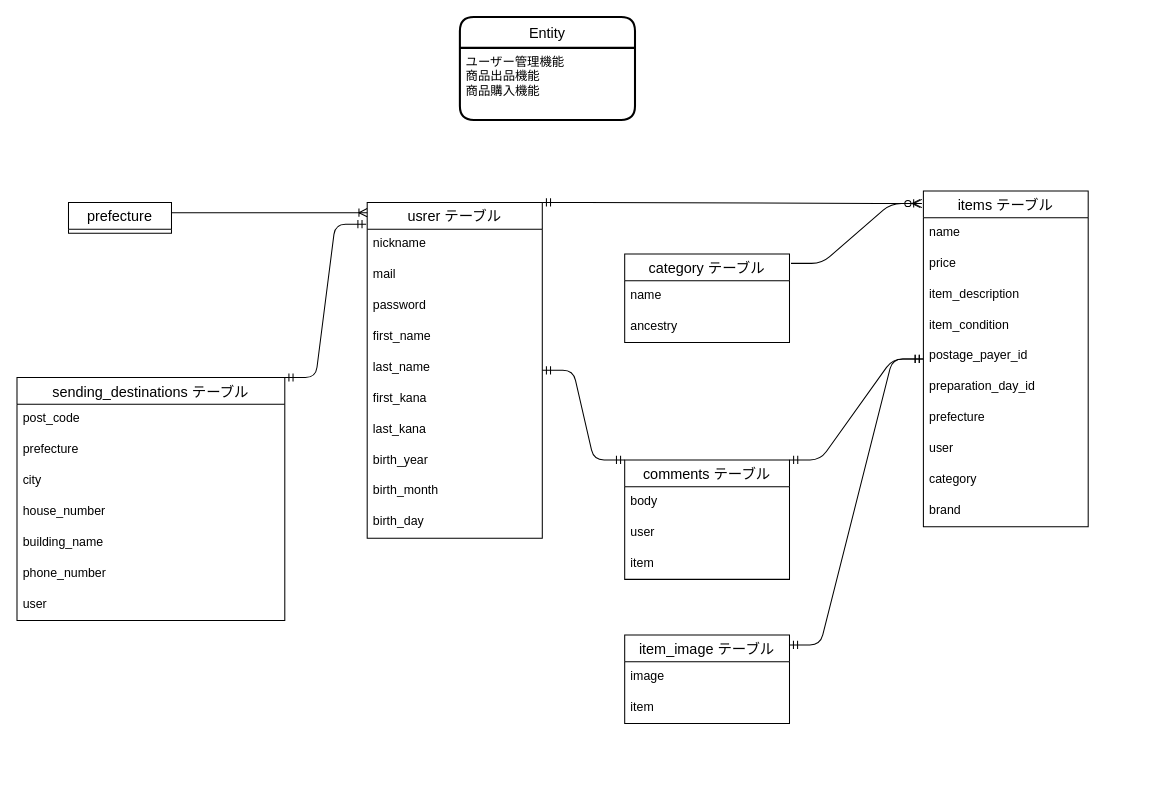
This is furima-40469.dio from jones-2earth/furima-40469, a draw.io file, before an edit. Source tidied: cells renumbered, new cells numbered last; positions are measured from the earlier drawing's top-left corner, leaving out a move shared by most shapes. Both pictures are drawn from the tidied source at 103%, with x=0, y=0 at pixel (16, 16).
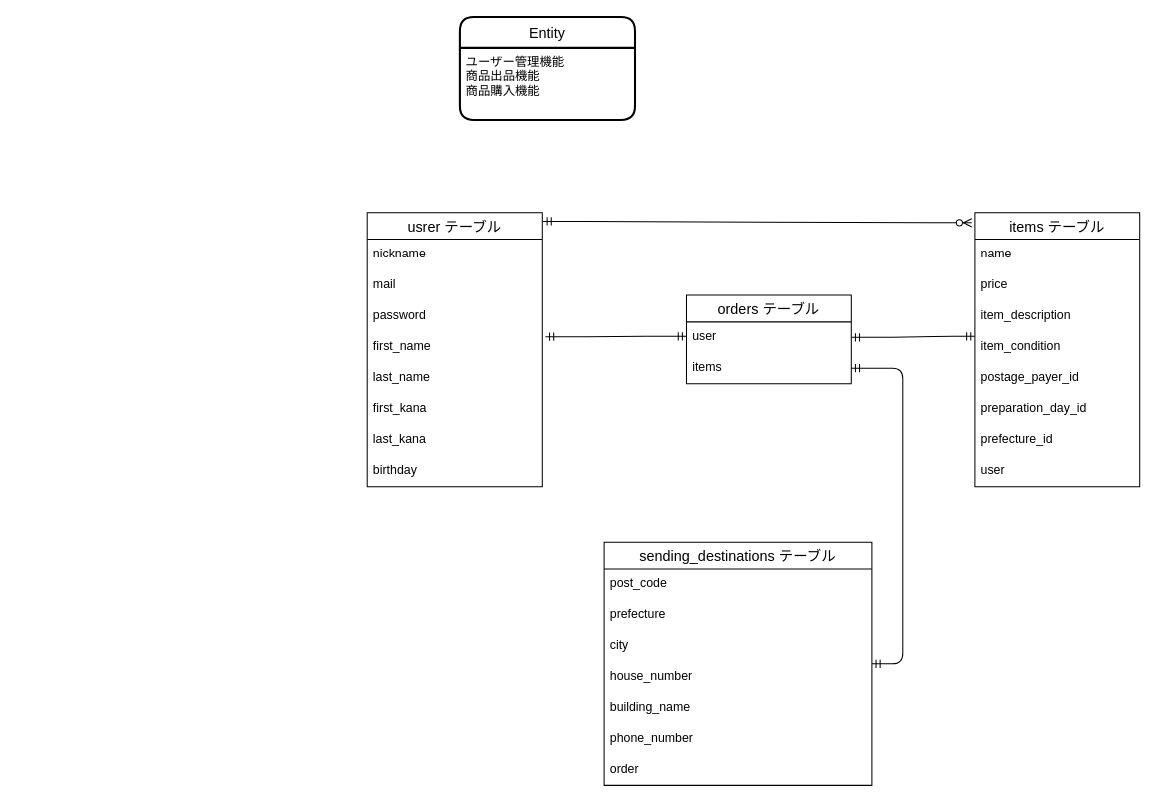
The same diagram, later.

Unchanged cells that the change refers to:
```xml
<mxCell id="19" value="first_name" style="text;strokeColor=none;fillColor=none;spacingLeft=4;spacingRight=4;overflow=hidden;points=[[0,0.5],[1,0.5]];portConstraint=eastwest;fontSize=12;" parent="15" vertex="1">
  <mxGeometry y="116" width="170" height="30" as="geometry" />
</mxCell>
```

Diff of the diagram source:
```diff
@@
     <mxCell id="4" value="items テーブル" style="swimlane;fontStyle=0;horizontal=1;startSize=26;align=center;fontSize=14;" parent="1" vertex="1">
-      <mxGeometry x="880" y="169" width="160" height="326" as="geometry" />
+      <mxGeometry x="930" y="190" width="160" height="266" as="geometry" />
     </mxCell>
@@
-    <mxCell id="11" value="prefecture" style="text;strokeColor=none;fillColor=none;spacingLeft=4;spacingRight=4;overflow=hidden;fontSize=12;" parent="4" vertex="1">
+    <mxCell id="11" value="prefecture_id" style="text;strokeColor=none;fillColor=none;spacingLeft=4;spacingRight=4;overflow=hidden;fontSize=12;" parent="4" vertex="1">
       <mxGeometry y="206" width="160" height="30" as="geometry" />
     </mxCell>
@@
-    <mxCell id="13" value="category" style="text;strokeColor=none;fillColor=none;spacingLeft=4;spacingRight=4;overflow=hidden;fontSize=12;" parent="4" vertex="1">
-      <mxGeometry y="266" width="160" height="30" as="geometry" />
-    </mxCell>
-    <mxCell id="14" value="brand" style="text;strokeColor=none;fillColor=none;spacingLeft=4;spacingRight=4;overflow=hidden;fontSize=12;" parent="4" vertex="1">
-      <mxGeometry y="296" width="160" height="30" as="geometry" />
-    </mxCell>
     <mxCell id="15" value="usrer テーブル" style="swimlane;fontStyle=0;horizontal=1;startSize=26;align=center;fontSize=14;" parent="1" vertex="1">
-      <mxGeometry x="340" y="180" width="170" height="326" as="geometry" />
+      <mxGeometry x="340" y="190" width="170" height="266" as="geometry" />
     </mxCell>
@@
-    <mxCell id="23" value="birth_year" style="text;strokeColor=none;fillColor=none;spacingLeft=4;spacingRight=4;overflow=hidden;fontSize=12;" parent="15" vertex="1">
-      <mxGeometry y="236" width="170" height="30" as="geometry" />
-    </mxCell>
-    <mxCell id="24" value="birth_month" style="text;strokeColor=none;fillColor=none;spacingLeft=4;spacingRight=4;overflow=hidden;fontSize=12;" parent="15" vertex="1">
-      <mxGeometry y="266" width="170" height="30" as="geometry" />
-    </mxCell>
-    <mxCell id="25" value="birth_day" style="text;strokeColor=none;fillColor=none;spacingLeft=4;spacingRight=4;overflow=hidden;fontSize=12;" parent="15" vertex="1">
-      <mxGeometry y="296" width="170" height="30" as="geometry" />
+    <mxCell id="25" value="birthday" style="text;strokeColor=none;fillColor=none;spacingLeft=4;spacingRight=4;overflow=hidden;fontSize=12;" parent="15" vertex="1">
+      <mxGeometry y="236" width="170" height="30" as="geometry" />
     </mxCell>
     <mxCell id="26" value="sending_destinations テーブル" style="swimlane;fontStyle=0;horizontal=1;startSize=26;align=center;fontSize=14;" parent="1" vertex="1">
-      <mxGeometry y="350" width="260" height="236" as="geometry" />
+      <mxGeometry x="570" y="510" width="260" height="236" as="geometry" />
     </mxCell>
@@
-    <mxCell id="33" value="user" style="text;strokeColor=none;fillColor=none;spacingLeft=4;spacingRight=4;overflow=hidden;fontSize=12;" parent="26" vertex="1">
-      <mxGeometry y="206" width="260" height="30" as="geometry" />
-    </mxCell>
-    <mxCell id="34" value="comments テーブル" style="swimlane;fontStyle=0;horizontal=1;startSize=26;align=center;fontSize=14;" parent="1" vertex="1">
-      <mxGeometry x="590" y="430" width="160" height="116" as="geometry" />
-    </mxCell>
-    <mxCell id="35" value="body" style="text;strokeColor=none;fillColor=none;spacingLeft=4;spacingRight=4;overflow=hidden;fontSize=12;" parent="34" vertex="1">
-      <mxGeometry y="26" width="160" height="30" as="geometry" />
-    </mxCell>
-    <mxCell id="36" value="user" style="text;strokeColor=none;fillColor=none;spacingLeft=4;spacingRight=4;overflow=hidden;fontSize=12;" parent="34" vertex="1">
-      <mxGeometry y="56" width="160" height="30" as="geometry" />
-    </mxCell>
-    <mxCell id="37" value="item" style="text;strokeColor=none;fillColor=none;spacingLeft=4;spacingRight=4;overflow=hidden;fontSize=12;" parent="34" vertex="1">
-      <mxGeometry y="86" width="160" height="30" as="geometry" />
-    </mxCell>
-    <mxCell id="38" value="item_image テーブル" style="swimlane;fontStyle=0;horizontal=1;startSize=26;align=center;fontSize=14;" parent="1" vertex="1">
-      <mxGeometry x="590" y="600" width="160" height="86" as="geometry" />
-    </mxCell>
-    <mxCell id="39" value="image" style="text;strokeColor=none;fillColor=none;spacingLeft=4;spacingRight=4;overflow=hidden;fontSize=12;" parent="38" vertex="1">
-      <mxGeometry y="26" width="160" height="30" as="geometry" />
-    </mxCell>
-    <mxCell id="40" value="item" style="text;strokeColor=none;fillColor=none;spacingLeft=4;spacingRight=4;overflow=hidden;fontSize=12;" parent="38" vertex="1">
-      <mxGeometry y="56" width="160" height="30" as="geometry" />
-    </mxCell>
-    <mxCell id="41" value="category テーブル" style="swimlane;fontStyle=0;horizontal=1;startSize=26;align=center;fontSize=14;" parent="1" vertex="1">
-      <mxGeometry x="590" y="230" width="160" height="86" as="geometry" />
-    </mxCell>
-    <mxCell id="42" value="name" style="text;strokeColor=none;fillColor=none;spacingLeft=4;spacingRight=4;overflow=hidden;fontSize=12;" parent="41" vertex="1">
-      <mxGeometry y="26" width="160" height="30" as="geometry" />
-    </mxCell>
-    <mxCell id="43" value="ancestry" style="text;strokeColor=none;fillColor=none;spacingLeft=4;spacingRight=4;overflow=hidden;fontSize=12;" parent="41" vertex="1">
-      <mxGeometry y="56" width="160" height="30" as="geometry" />
-    </mxCell>
-    <mxCell id="44" style="edgeStyle=entityRelationEdgeStyle;fontSize=12;html=1;endArrow=ERmandOne;startArrow=ERmandOne;exitX=1;exitY=0;exitDx=0;exitDy=0;entryX=-0.006;entryY=0.065;entryDx=0;entryDy=0;entryPerimeter=0;" parent="1" edge="1" source="26" target="15">
-      <mxGeometry relative="1" as="geometry" />
-    </mxCell>
+    <mxCell id="52" value="order" style="text;strokeColor=none;fillColor=none;spacingLeft=4;spacingRight=4;overflow=hidden;fontSize=12;" parent="26" vertex="1">
+      <mxGeometry y="206" width="260" height="30" as="geometry" />
+    </mxCell>
-    <mxCell id="45" style="edgeStyle=entityRelationEdgeStyle;fontSize=12;html=1;endArrow=ERzeroToMany;startArrow=ERmandOne;exitX=1;exitY=0;exitDx=0;exitDy=0;entryX=-0.019;entryY=0.037;entryDx=0;entryDy=0;entryPerimeter=0;" parent="1" edge="1" source="15" target="4">
+    <mxCell id="45" style="edgeStyle=entityRelationEdgeStyle;fontSize=12;html=1;endArrow=ERzeroToMany;startArrow=ERmandOne;exitX=1.004;exitY=0.032;exitDx=0;exitDy=0;entryX=-0.019;entryY=0.037;entryDx=0;entryDy=0;entryPerimeter=0;exitPerimeter=0;" parent="1" edge="1" source="15" target="4">
       <mxGeometry relative="1" as="geometry" />
     </mxCell>
-    <mxCell id="46" style="edgeStyle=entityRelationEdgeStyle;fontSize=12;html=1;endArrow=ERmandOne;startArrow=ERmandOne;exitX=0;exitY=0;exitDx=0;exitDy=0;" parent="1" edge="1" source="34" target="15">
-      <mxGeometry relative="1" as="geometry" />
-    </mxCell>
-    <mxCell id="47" style="edgeStyle=entityRelationEdgeStyle;fontSize=12;html=1;endArrow=ERmandOne;startArrow=ERmandOne;exitX=1;exitY=0;exitDx=0;exitDy=0;" parent="1" edge="1" source="34" target="4">
-      <mxGeometry relative="1" as="geometry" />
-    </mxCell>
-    <mxCell id="48" style="edgeStyle=entityRelationEdgeStyle;fontSize=12;html=1;endArrow=ERmandOne;startArrow=ERmandOne;exitX=0.999;exitY=0.112;exitDx=0;exitDy=0;exitPerimeter=0;" parent="1" edge="1" source="38" target="4">
-      <mxGeometry relative="1" as="geometry" />
-    </mxCell>
-    <mxCell id="49" style="edgeStyle=entityRelationEdgeStyle;fontSize=12;html=1;endArrow=ERoneToMany;exitX=1.009;exitY=0.107;exitDx=0;exitDy=0;exitPerimeter=0;entryX=-0.009;entryY=0.037;entryDx=0;entryDy=0;entryPerimeter=0;" parent="1" edge="1" source="41" target="4">
-      <mxGeometry relative="1" as="geometry" />
-    </mxCell>
-    <mxCell id="50" value="prefecture" style="swimlane;fontStyle=0;horizontal=1;startSize=26;align=center;fontSize=14;" parent="1" vertex="1" collapsed="1">
-      <mxGeometry x="50" y="180" width="100" height="30" as="geometry" />
-    </mxCell>
-    <mxCell id="51" style="edgeStyle=entityRelationEdgeStyle;fontSize=12;html=1;endArrow=ERoneToMany;" parent="1" edge="1">
-      <mxGeometry relative="1" as="geometry">
-        <mxPoint x="150" y="190" as="sourcePoint" />
-        <mxPoint x="340" y="190" as="targetPoint" />
-      </mxGeometry>
-    </mxCell>
+    <mxCell id="53" value="orders テーブル" style="swimlane;fontStyle=0;horizontal=1;startSize=26;align=center;fontSize=14;" parent="1" vertex="1">
+      <mxGeometry x="650" y="270" width="160" height="86" as="geometry" />
+    </mxCell>
+    <mxCell id="54" value="user" style="text;strokeColor=none;fillColor=none;spacingLeft=4;spacingRight=4;overflow=hidden;points=[[0,0.5],[1,0.5]];portConstraint=eastwest;fontSize=12;" parent="53" vertex="1">
+      <mxGeometry y="26" width="160" height="30" as="geometry" />
+    </mxCell>
+    <mxCell id="55" value="items" style="text;strokeColor=none;fillColor=none;spacingLeft=4;spacingRight=4;overflow=hidden;points=[[0,0.5],[1,0.5]];portConstraint=eastwest;fontSize=12;" parent="53" vertex="1">
+      <mxGeometry y="56" width="160" height="30" as="geometry" />
+    </mxCell>
+    <mxCell id="56" style="edgeStyle=entityRelationEdgeStyle;fontSize=12;html=1;endArrow=ERmandOne;startArrow=ERmandOne;exitX=1.018;exitY=0.147;exitDx=0;exitDy=0;exitPerimeter=0;" parent="1" edge="1" source="19">
+      <mxGeometry relative="1" as="geometry">
+        <mxPoint x="650" y="310" as="targetPoint" />
+      </mxGeometry>
+    </mxCell>
+    <mxCell id="57" style="edgeStyle=entityRelationEdgeStyle;fontSize=12;html=1;endArrow=ERmandOne;startArrow=ERmandOne;exitX=1;exitY=0.5;exitDx=0;exitDy=0;" parent="1" edge="1" source="54">
+      <mxGeometry relative="1" as="geometry">
+        <mxPoint x="930" y="310" as="targetPoint" />
+      </mxGeometry>
+    </mxCell>
+    <mxCell id="58" style="edgeStyle=entityRelationEdgeStyle;fontSize=12;html=1;endArrow=ERmandOne;startArrow=ERmandOne;" parent="1" edge="1" source="26" target="55">
+      <mxGeometry relative="1" as="geometry" />
+    </mxCell>
```
